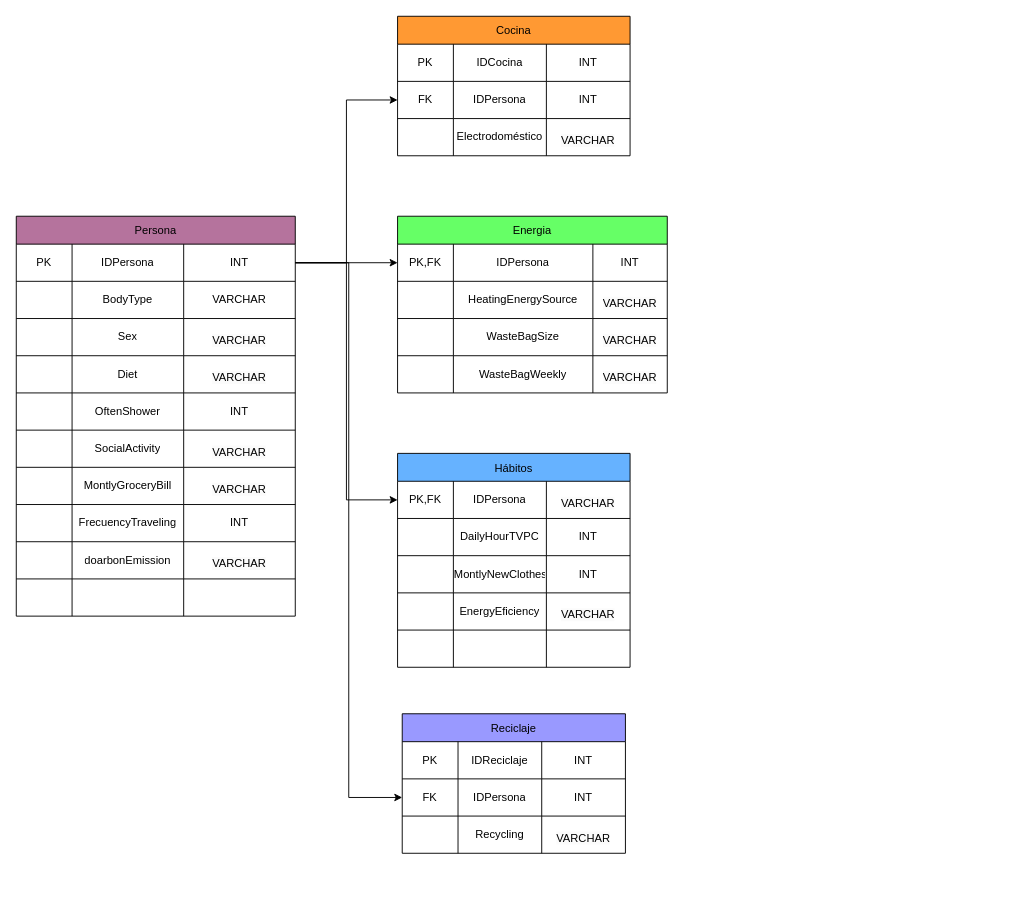
ValentRodriguez/Bases keeps this draw.io diagram as Diagrama sin título.drawio. Above is the earlier version. Source tidied: cells renumbered, new cells numbered last; positions are measured from the earlier drawing's top-left corner, leaving out a move shared by most shapes. Both pictures are drawn from the tidied source at 93%, with x=0, y=0 at pixel (16, 16).
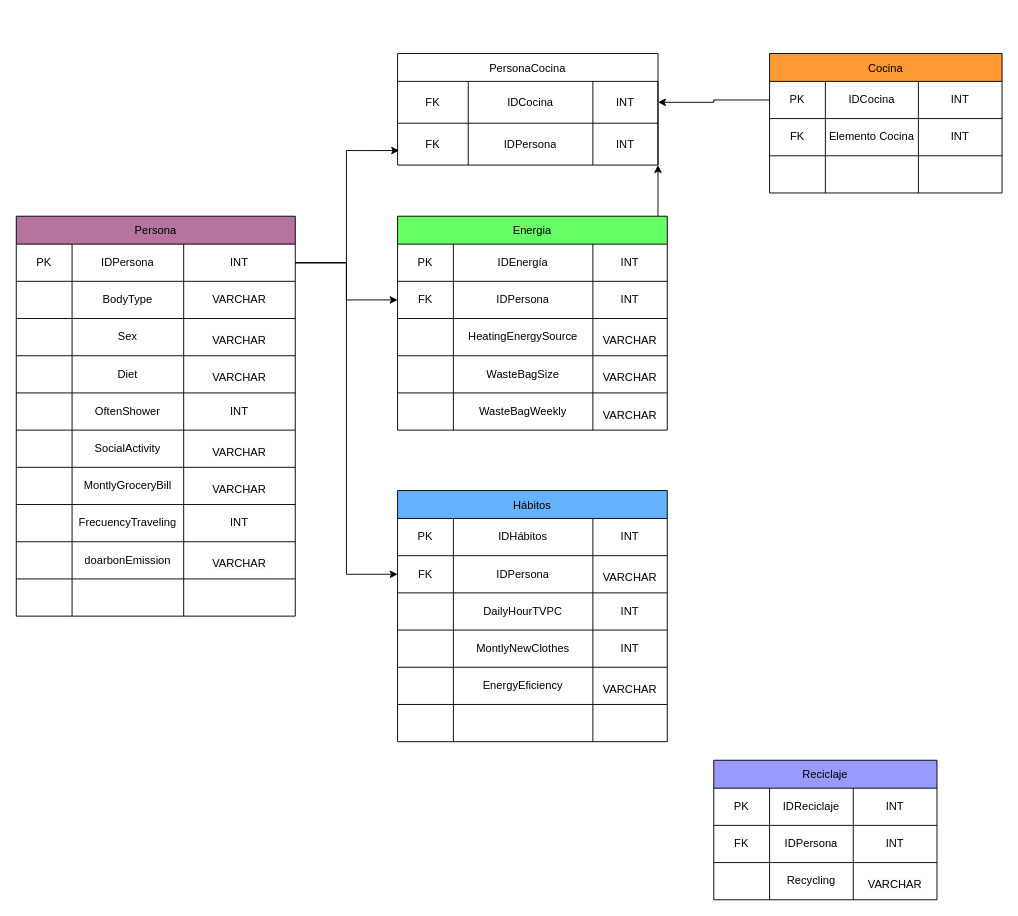
After the change.

The change refers to these unchanged cells:
```xml
<mxCell id="3" style="shape=tableRow;horizontal=0;startSize=0;swimlaneHead=0;swimlaneBody=0;strokeColor=inherit;top=0;left=0;bottom=0;right=0;fillColor=none;points=[[0,0.5],[1,0.5]];portConstraint=eastwest;" parent="2" vertex="1">
  <mxGeometry y="30" width="300" height="40" as="geometry" />
</mxCell>
<mxCell id="44" style="shape=tableRow;horizontal=0;startSize=0;swimlaneHead=0;swimlaneBody=0;strokeColor=inherit;top=0;left=0;bottom=0;right=0;fillColor=none;points=[[0,0.5],[1,0.5]];portConstraint=eastwest;" parent="43" vertex="1">
  <mxGeometry y="30" width="250" height="40" as="geometry" />
</mxCell>
<mxCell id="48" style="shape=tableRow;horizontal=0;startSize=0;swimlaneHead=0;swimlaneBody=0;strokeColor=inherit;top=0;left=0;bottom=0;right=0;fillColor=none;points=[[0,0.5],[1,0.5]];portConstraint=eastwest;" parent="43" vertex="1">
  <mxGeometry y="70" width="250" height="40" as="geometry" />
</mxCell>
<mxCell id="52" style="shape=tableRow;horizontal=0;startSize=0;swimlaneHead=0;swimlaneBody=0;strokeColor=inherit;top=0;left=0;bottom=0;right=0;fillColor=none;" parent="43" vertex="1">
  <mxGeometry y="110" width="250" height="40" as="geometry" />
</mxCell>
<mxCell id="99" style="shape=tableRow;horizontal=0;startSize=0;swimlaneHead=0;swimlaneBody=0;strokeColor=inherit;top=0;left=0;bottom=0;right=0;fillColor=none;points=[[0,0.5],[1,0.5]];portConstraint=eastwest;" parent="94" vertex="1">
  <mxGeometry y="70" width="240" height="40" as="geometry" />
</mxCell>
```

What changed in the source:
```diff
@@
     <mxCell id="43" value="Cocina" style="shape=table;startSize=30;childLayout=tableLayout;fillColor=#FF9933;" parent="1" vertex="1">
-      <mxGeometry x="410" width="250" height="150" as="geometry" />
+      <mxGeometry x="810" y="40" width="250" height="150" as="geometry" />
     </mxCell>
@@
-    <mxCell id="50" value="IDPersona" style="shape=partialRectangle;html=1;whiteSpace=wrap;strokeColor=inherit;overflow=hidden;fillColor=none;top=0;left=0;bottom=0;right=0;" parent="48" vertex="1">
+    <mxCell id="50" value="Elemento Cocina" style="shape=partialRectangle;html=1;whiteSpace=wrap;strokeColor=inherit;overflow=hidden;fillColor=none;top=0;left=0;bottom=0;right=0;" parent="48" vertex="1">
       <mxGeometry x="60" width="100" height="40" as="geometry" />
     </mxCell>
@@
-    <mxCell id="54" value="Electrodoméstico" style="shape=partialRectangle;html=1;whiteSpace=wrap;strokeColor=inherit;overflow=hidden;fillColor=none;top=0;left=0;bottom=0;right=0;" parent="52" vertex="1">
+    <mxCell id="54" style="shape=partialRectangle;html=1;whiteSpace=wrap;strokeColor=inherit;overflow=hidden;fillColor=none;top=0;left=0;bottom=0;right=0;" parent="52" vertex="1">
       <mxGeometry x="60" width="100" height="40" as="geometry" />
     </mxCell>
-    <mxCell id="55" value="&#10;&lt;span style=&quot;color: rgb(0, 0, 0); font-family: Helvetica; font-size: 12px; font-style: normal; font-variant-ligatures: normal; font-variant-caps: normal; font-weight: 400; letter-spacing: normal; orphans: 2; text-align: center; text-indent: 0px; text-transform: none; widows: 2; word-spacing: 0px; -webkit-text-stroke-width: 0px; white-space: normal; background-color: rgb(251, 251, 251); text-decoration-thickness: initial; text-decoration-style: initial; text-decoration-color: initial; display: inline !important; float: none;&quot;&gt;VARCHAR&lt;/span&gt;&#10;&#10;" style="shape=partialRectangle;html=1;whiteSpace=wrap;strokeColor=inherit;overflow=hidden;fillColor=none;top=0;left=0;bottom=0;right=0;" parent="52" vertex="1">
+    <mxCell id="55" style="shape=partialRectangle;html=1;whiteSpace=wrap;strokeColor=inherit;overflow=hidden;fillColor=none;top=0;left=0;bottom=0;right=0;" parent="52" vertex="1">
       <mxGeometry x="160" width="90" height="40" as="geometry" />
     </mxCell>
+    <mxCell id="111" style="edgeStyle=orthogonalEdgeStyle;rounded=0;jettySize=auto;html=1;" parent="1" edge="1" source="56" target="129">
+      <mxGeometry relative="1" as="geometry" />
+    </mxCell>
     <mxCell id="56" value="Energia" style="shape=table;startSize=30;childLayout=tableLayout;fillColor=#66FF66;" parent="1" vertex="1">
-      <mxGeometry x="410" y="215" width="290" height="190" as="geometry" />
+      <mxGeometry x="410" y="215" width="290" height="230" as="geometry" />
     </mxCell>
+    <mxCell id="112" style="shape=tableRow;horizontal=0;startSize=0;swimlaneHead=0;swimlaneBody=0;strokeColor=inherit;top=0;left=0;bottom=0;right=0;fillColor=none;" parent="56" vertex="1">
+      <mxGeometry y="30" width="290" height="40" as="geometry" />
+    </mxCell>
+    <mxCell id="113" value="PK" style="shape=partialRectangle;html=1;whiteSpace=wrap;strokeColor=inherit;overflow=hidden;fillColor=none;top=0;left=0;bottom=0;right=0;" parent="112" vertex="1">
+      <mxGeometry width="60" height="40" as="geometry" />
+    </mxCell>
+    <mxCell id="114" value="IDEnergía" style="shape=partialRectangle;html=1;whiteSpace=wrap;strokeColor=inherit;overflow=hidden;fillColor=none;top=0;left=0;bottom=0;right=0;" parent="112" vertex="1">
+      <mxGeometry x="60" width="150" height="40" as="geometry" />
+    </mxCell>
+    <mxCell id="115" value="INT" style="shape=partialRectangle;html=1;whiteSpace=wrap;strokeColor=inherit;overflow=hidden;fillColor=none;top=0;left=0;bottom=0;right=0;" parent="112" vertex="1">
+      <mxGeometry x="210" width="80" height="40" as="geometry" />
+    </mxCell>
     <mxCell id="57" style="shape=tableRow;horizontal=0;startSize=0;swimlaneHead=0;swimlaneBody=0;strokeColor=inherit;top=0;left=0;bottom=0;right=0;fillColor=none;points=[[0,0.5],[1,0.5]];portConstraint=eastwest;" parent="56" vertex="1">
-      <mxGeometry y="30" width="290" height="40" as="geometry" />
+      <mxGeometry y="70" width="290" height="40" as="geometry" />
     </mxCell>
-    <mxCell id="58" value="PK,FK" style="shape=partialRectangle;html=1;whiteSpace=wrap;strokeColor=inherit;overflow=hidden;fillColor=none;top=0;left=0;bottom=0;right=0;" parent="57" vertex="1">
+    <mxCell id="58" value="FK" style="shape=partialRectangle;html=1;whiteSpace=wrap;strokeColor=inherit;overflow=hidden;fillColor=none;top=0;left=0;bottom=0;right=0;" parent="57" vertex="1">
       <mxGeometry width="60" height="40" as="geometry" />
     </mxCell>
@@
     <mxCell id="61" style="shape=tableRow;horizontal=0;startSize=0;swimlaneHead=0;swimlaneBody=0;strokeColor=inherit;top=0;left=0;bottom=0;right=0;fillColor=none;" parent="56" vertex="1">
-      <mxGeometry y="70" width="290" height="40" as="geometry" />
+      <mxGeometry y="110" width="290" height="40" as="geometry" />
     </mxCell>
@@
     <mxCell id="65" style="shape=tableRow;horizontal=0;startSize=0;swimlaneHead=0;swimlaneBody=0;strokeColor=inherit;top=0;left=0;bottom=0;right=0;fillColor=none;" parent="56" vertex="1">
-      <mxGeometry y="110" width="290" height="40" as="geometry" />
+      <mxGeometry y="150" width="290" height="40" as="geometry" />
     </mxCell>
@@
     <mxCell id="69" style="shape=tableRow;horizontal=0;startSize=0;swimlaneHead=0;swimlaneBody=0;strokeColor=inherit;top=0;left=0;bottom=0;right=0;fillColor=none;" parent="56" vertex="1">
-      <mxGeometry y="150" width="290" height="40" as="geometry" />
+      <mxGeometry y="190" width="290" height="40" as="geometry" />
     </mxCell>
@@
     <mxCell id="73" value="Hábitos" style="shape=table;startSize=30;childLayout=tableLayout;fillColor=#66B2FF;" parent="1" vertex="1">
-      <mxGeometry x="410" y="470" width="250" height="230" as="geometry" />
+      <mxGeometry x="410" y="510" width="290" height="270" as="geometry" />
     </mxCell>
+    <mxCell id="116" style="shape=tableRow;horizontal=0;startSize=0;swimlaneHead=0;swimlaneBody=0;strokeColor=inherit;top=0;left=0;bottom=0;right=0;fillColor=none;" parent="73" vertex="1">
+      <mxGeometry y="30" width="290" height="40" as="geometry" />
+    </mxCell>
+    <mxCell id="117" value="PK" style="shape=partialRectangle;html=1;whiteSpace=wrap;strokeColor=inherit;overflow=hidden;fillColor=none;top=0;left=0;bottom=0;right=0;" parent="116" vertex="1">
+      <mxGeometry width="60" height="40" as="geometry" />
+    </mxCell>
+    <mxCell id="118" value="IDHábitos" style="shape=partialRectangle;html=1;whiteSpace=wrap;strokeColor=inherit;overflow=hidden;fillColor=none;top=0;left=0;bottom=0;right=0;" parent="116" vertex="1">
+      <mxGeometry x="60" width="150" height="40" as="geometry" />
+    </mxCell>
+    <mxCell id="119" value="INT" style="shape=partialRectangle;html=1;whiteSpace=wrap;strokeColor=inherit;overflow=hidden;fillColor=none;top=0;left=0;bottom=0;right=0;" parent="116" vertex="1">
+      <mxGeometry x="210" width="80" height="40" as="geometry" />
+    </mxCell>
     <mxCell id="74" style="shape=tableRow;horizontal=0;startSize=0;swimlaneHead=0;swimlaneBody=0;strokeColor=inherit;top=0;left=0;bottom=0;right=0;fillColor=none;points=[[0,0.5],[1,0.5]];portConstraint=eastwest;" parent="73" vertex="1">
-      <mxGeometry y="30" width="250" height="40" as="geometry" />
+      <mxGeometry y="70" width="290" height="40" as="geometry" />
     </mxCell>
-    <mxCell id="75" value="PK,FK" style="shape=partialRectangle;html=1;whiteSpace=wrap;strokeColor=inherit;overflow=hidden;fillColor=none;top=0;left=0;bottom=0;right=0;" parent="74" vertex="1">
+    <mxCell id="75" value="FK" style="shape=partialRectangle;html=1;whiteSpace=wrap;strokeColor=inherit;overflow=hidden;fillColor=none;top=0;left=0;bottom=0;right=0;" parent="74" vertex="1">
       <mxGeometry width="60" height="40" as="geometry" />
     </mxCell>
     <mxCell id="76" value="IDPersona" style="shape=partialRectangle;html=1;whiteSpace=wrap;strokeColor=inherit;overflow=hidden;fillColor=none;top=0;left=0;bottom=0;right=0;" parent="74" vertex="1">
-      <mxGeometry x="60" width="100" height="40" as="geometry" />
+      <mxGeometry x="60" width="150" height="40" as="geometry" />
     </mxCell>
     <mxCell id="77" value="&#10;&lt;span style=&quot;color: rgb(0, 0, 0); font-family: Helvetica; font-size: 12px; font-style: normal; font-variant-ligatures: normal; font-variant-caps: normal; font-weight: 400; letter-spacing: normal; orphans: 2; text-align: center; text-indent: 0px; text-transform: none; widows: 2; word-spacing: 0px; -webkit-text-stroke-width: 0px; white-space: normal; background-color: rgb(251, 251, 251); text-decoration-thickness: initial; text-decoration-style: initial; text-decoration-color: initial; display: inline !important; float: none;&quot;&gt;VARCHAR&lt;/span&gt;&#10;&#10;" style="shape=partialRectangle;html=1;whiteSpace=wrap;strokeColor=inherit;overflow=hidden;fillColor=none;top=0;left=0;bottom=0;right=0;" parent="74" vertex="1">
-      <mxGeometry x="160" width="90" height="40" as="geometry" />
+      <mxGeometry x="210" width="80" height="40" as="geometry" />
     </mxCell>
     <mxCell id="78" style="shape=tableRow;horizontal=0;startSize=0;swimlaneHead=0;swimlaneBody=0;strokeColor=inherit;top=0;left=0;bottom=0;right=0;fillColor=none;" parent="73" vertex="1">
-      <mxGeometry y="70" width="250" height="40" as="geometry" />
+      <mxGeometry y="110" width="290" height="40" as="geometry" />
     </mxCell>
@@
     <mxCell id="80" value="DailyHourTVPC" style="shape=partialRectangle;html=1;whiteSpace=wrap;strokeColor=inherit;overflow=hidden;fillColor=none;top=0;left=0;bottom=0;right=0;" parent="78" vertex="1">
-      <mxGeometry x="60" width="100" height="40" as="geometry" />
+      <mxGeometry x="60" width="150" height="40" as="geometry" />
     </mxCell>
     <mxCell id="81" value="INT" style="shape=partialRectangle;html=1;whiteSpace=wrap;strokeColor=inherit;overflow=hidden;fillColor=none;top=0;left=0;bottom=0;right=0;" parent="78" vertex="1">
-      <mxGeometry x="160" width="90" height="40" as="geometry" />
+      <mxGeometry x="210" width="80" height="40" as="geometry" />
     </mxCell>
     <mxCell id="82" style="shape=tableRow;horizontal=0;startSize=0;swimlaneHead=0;swimlaneBody=0;strokeColor=inherit;top=0;left=0;bottom=0;right=0;fillColor=none;" parent="73" vertex="1">
-      <mxGeometry y="110" width="250" height="40" as="geometry" />
+      <mxGeometry y="150" width="290" height="40" as="geometry" />
     </mxCell>
@@
     <mxCell id="84" value="MontlyNewClothes" style="shape=partialRectangle;html=1;whiteSpace=wrap;strokeColor=inherit;overflow=hidden;fillColor=none;top=0;left=0;bottom=0;right=0;" parent="82" vertex="1">
-      <mxGeometry x="60" width="100" height="40" as="geometry" />
+      <mxGeometry x="60" width="150" height="40" as="geometry" />
     </mxCell>
     <mxCell id="85" value="INT" style="shape=partialRectangle;html=1;whiteSpace=wrap;strokeColor=inherit;overflow=hidden;fillColor=none;top=0;left=0;bottom=0;right=0;" parent="82" vertex="1">
-      <mxGeometry x="160" width="90" height="40" as="geometry" />
+      <mxGeometry x="210" width="80" height="40" as="geometry" />
     </mxCell>
     <mxCell id="86" style="shape=tableRow;horizontal=0;startSize=0;swimlaneHead=0;swimlaneBody=0;strokeColor=inherit;top=0;left=0;bottom=0;right=0;fillColor=none;" parent="73" vertex="1">
-      <mxGeometry y="150" width="250" height="40" as="geometry" />
+      <mxGeometry y="190" width="290" height="40" as="geometry" />
     </mxCell>
@@
     <mxCell id="88" value="EnergyEficiency" style="shape=partialRectangle;html=1;whiteSpace=wrap;strokeColor=inherit;overflow=hidden;fillColor=none;top=0;left=0;bottom=0;right=0;" parent="86" vertex="1">
-      <mxGeometry x="60" width="100" height="40" as="geometry" />
+      <mxGeometry x="60" width="150" height="40" as="geometry" />
     </mxCell>
     <mxCell id="89" value="&#10;&lt;span style=&quot;color: rgb(0, 0, 0); font-family: Helvetica; font-size: 12px; font-style: normal; font-variant-ligatures: normal; font-variant-caps: normal; font-weight: 400; letter-spacing: normal; orphans: 2; text-align: center; text-indent: 0px; text-transform: none; widows: 2; word-spacing: 0px; -webkit-text-stroke-width: 0px; white-space: normal; background-color: rgb(251, 251, 251); text-decoration-thickness: initial; text-decoration-style: initial; text-decoration-color: initial; display: inline !important; float: none;&quot;&gt;VARCHAR&lt;/span&gt;&#10;&#10;" style="shape=partialRectangle;html=1;whiteSpace=wrap;strokeColor=inherit;overflow=hidden;fillColor=none;top=0;left=0;bottom=0;right=0;" parent="86" vertex="1">
-      <mxGeometry x="160" width="90" height="40" as="geometry" />
+      <mxGeometry x="210" width="80" height="40" as="geometry" />
     </mxCell>
     <mxCell id="90" style="shape=tableRow;horizontal=0;startSize=0;swimlaneHead=0;swimlaneBody=0;strokeColor=inherit;top=0;left=0;bottom=0;right=0;fillColor=none;" parent="73" vertex="1">
-      <mxGeometry y="190" width="250" height="40" as="geometry" />
+      <mxGeometry y="230" width="290" height="40" as="geometry" />
     </mxCell>
@@
     <mxCell id="92" style="shape=partialRectangle;html=1;whiteSpace=wrap;strokeColor=inherit;overflow=hidden;fillColor=none;top=0;left=0;bottom=0;right=0;" parent="90" vertex="1">
-      <mxGeometry x="60" width="100" height="40" as="geometry" />
+      <mxGeometry x="60" width="150" height="40" as="geometry" />
     </mxCell>
     <mxCell id="93" style="shape=partialRectangle;html=1;whiteSpace=wrap;strokeColor=inherit;overflow=hidden;fillColor=none;top=0;left=0;bottom=0;right=0;" parent="90" vertex="1">
-      <mxGeometry x="160" width="90" height="40" as="geometry" />
+      <mxGeometry x="210" width="80" height="40" as="geometry" />
     </mxCell>
     <mxCell id="94" value="Reciclaje" style="shape=table;startSize=30;childLayout=tableLayout;fillColor=#9999FF;" parent="1" vertex="1">
-      <mxGeometry x="415" y="750" width="240" height="150" as="geometry" />
+      <mxGeometry x="750" y="800" width="240" height="150" as="geometry" />
     </mxCell>
@@
-    <mxCell id="107" style="edgeStyle=orthogonalEdgeStyle;rounded=0;jettySize=auto;html=1;exitX=1;exitY=0.5;exitDx=0;exitDy=0;entryX=0;entryY=0.5;entryDx=0;entryDy=0;" parent="1" edge="1" source="3" target="48">
-      <mxGeometry relative="1" as="geometry" />
-    </mxCell>
@@
-    <mxCell id="109" style="edgeStyle=orthogonalEdgeStyle;rounded=0;jettySize=auto;html=1;exitX=1;exitY=0.5;exitDx=0;exitDy=0;entryX=0;entryY=0.5;entryDx=0;entryDy=0;" parent="1" edge="1" source="3" target="99">
-      <mxGeometry relative="1" as="geometry" />
-    </mxCell>
@@
+    <mxCell id="120" value="PersonaCocina" style="shape=table;startSize=30;childLayout=tableLayout;" parent="1" vertex="1">
+      <mxGeometry x="410" y="40" width="280" height="120" as="geometry" />
+    </mxCell>
+    <mxCell id="121" style="shape=tableRow;horizontal=0;startSize=0;swimlaneHead=0;swimlaneBody=0;strokeColor=inherit;top=0;left=0;bottom=0;right=0;fillColor=none;points=[[0,0.5],[1,0.5]];portConstraint=eastwest;" parent="120" vertex="1">
+      <mxGeometry y="30" width="280" height="45" as="geometry" />
+    </mxCell>
+    <mxCell id="122" value="FK" style="shape=partialRectangle;html=1;whiteSpace=wrap;strokeColor=inherit;overflow=hidden;fillColor=none;top=0;left=0;bottom=0;right=0;" parent="121" vertex="1">
+      <mxGeometry width="76" height="45" as="geometry" />
+    </mxCell>
+    <mxCell id="123" value="IDCocina" style="shape=partialRectangle;html=1;whiteSpace=wrap;strokeColor=inherit;overflow=hidden;fillColor=none;top=0;left=0;bottom=0;right=0;" parent="121" vertex="1">
+      <mxGeometry x="76" width="134" height="45" as="geometry" />
+    </mxCell>
+    <mxCell id="124" value="INT" style="shape=partialRectangle;html=1;whiteSpace=wrap;strokeColor=inherit;overflow=hidden;fillColor=none;top=0;left=0;bottom=0;right=0;" parent="121" vertex="1">
+      <mxGeometry x="210" width="70" height="45" as="geometry" />
+    </mxCell>
+    <mxCell id="125" style="shape=tableRow;horizontal=0;startSize=0;swimlaneHead=0;swimlaneBody=0;strokeColor=inherit;top=0;left=0;bottom=0;right=0;fillColor=none;points=[[0,0.5],[1,0.5]];portConstraint=eastwest;" parent="120" vertex="1">
+      <mxGeometry y="75" width="280" height="45" as="geometry" />
+    </mxCell>
+    <mxCell id="126" value="FK" style="shape=partialRectangle;html=1;whiteSpace=wrap;strokeColor=inherit;overflow=hidden;fillColor=none;top=0;left=0;bottom=0;right=0;" parent="125" vertex="1">
+      <mxGeometry width="76" height="45" as="geometry" />
+    </mxCell>
+    <mxCell id="127" value="IDPersona" style="shape=partialRectangle;html=1;whiteSpace=wrap;strokeColor=inherit;overflow=hidden;fillColor=none;top=0;left=0;bottom=0;right=0;" parent="125" vertex="1">
+      <mxGeometry x="76" width="134" height="45" as="geometry" />
+    </mxCell>
+    <mxCell id="128" value="INT" style="shape=partialRectangle;html=1;whiteSpace=wrap;strokeColor=inherit;overflow=hidden;fillColor=none;top=0;left=0;bottom=0;right=0;" parent="125" vertex="1">
+      <mxGeometry x="210" width="70" height="45" as="geometry" />
+    </mxCell>
+    <mxCell id="129" style="whiteSpace=wrap;html=1;fillColor=#66FF66;startSize=30;" parent="125" vertex="1">
+      <mxGeometry x="280" height="45" as="geometry" />
+    </mxCell>
+    <mxCell id="130" style="edgeStyle=orthogonalEdgeStyle;rounded=0;jettySize=auto;html=1;exitX=1;exitY=0.5;exitDx=0;exitDy=0;entryX=0.006;entryY=0.653;entryDx=0;entryDy=0;entryPerimeter=0;" parent="1" edge="1" source="3" target="125">
+      <mxGeometry relative="1" as="geometry" />
+    </mxCell>
+    <mxCell id="131" style="edgeStyle=orthogonalEdgeStyle;rounded=0;jettySize=auto;html=1;exitX=0;exitY=0.5;exitDx=0;exitDy=0;entryX=1;entryY=0.5;entryDx=0;entryDy=0;" parent="1" edge="1" source="44" target="121">
+      <mxGeometry relative="1" as="geometry" />
+    </mxCell>
```
